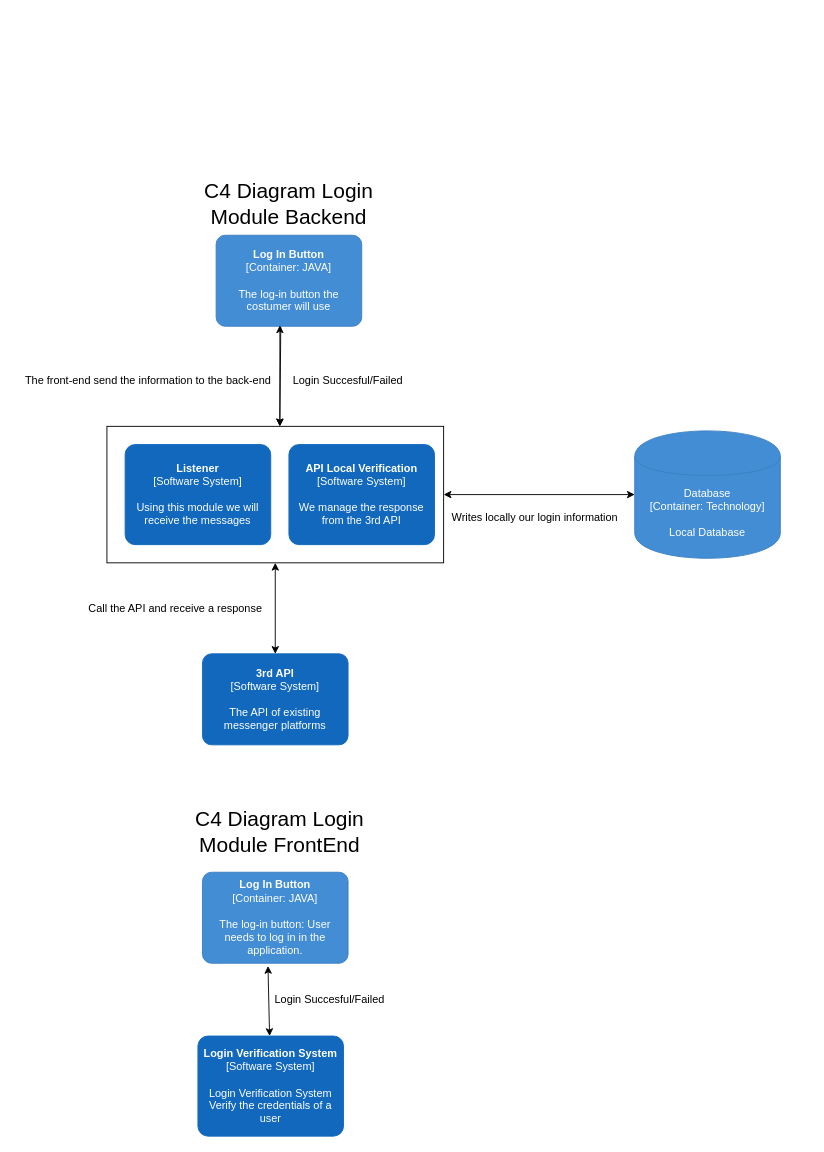
Earlier version of the draw.io diagram page "Login Module" (1 of 4) of Diagrama_Finala_IP.drawio (HristeaIonut/Morse-Diagrams). Source tidied: cells renumbered, new cells numbered last; positions are measured from the earlier drawing's top-left corner, leaving out a move shared by most shapes. Both pictures are drawn from the tidied source at 91%, with x=0, y=0 at pixel (15, 207).
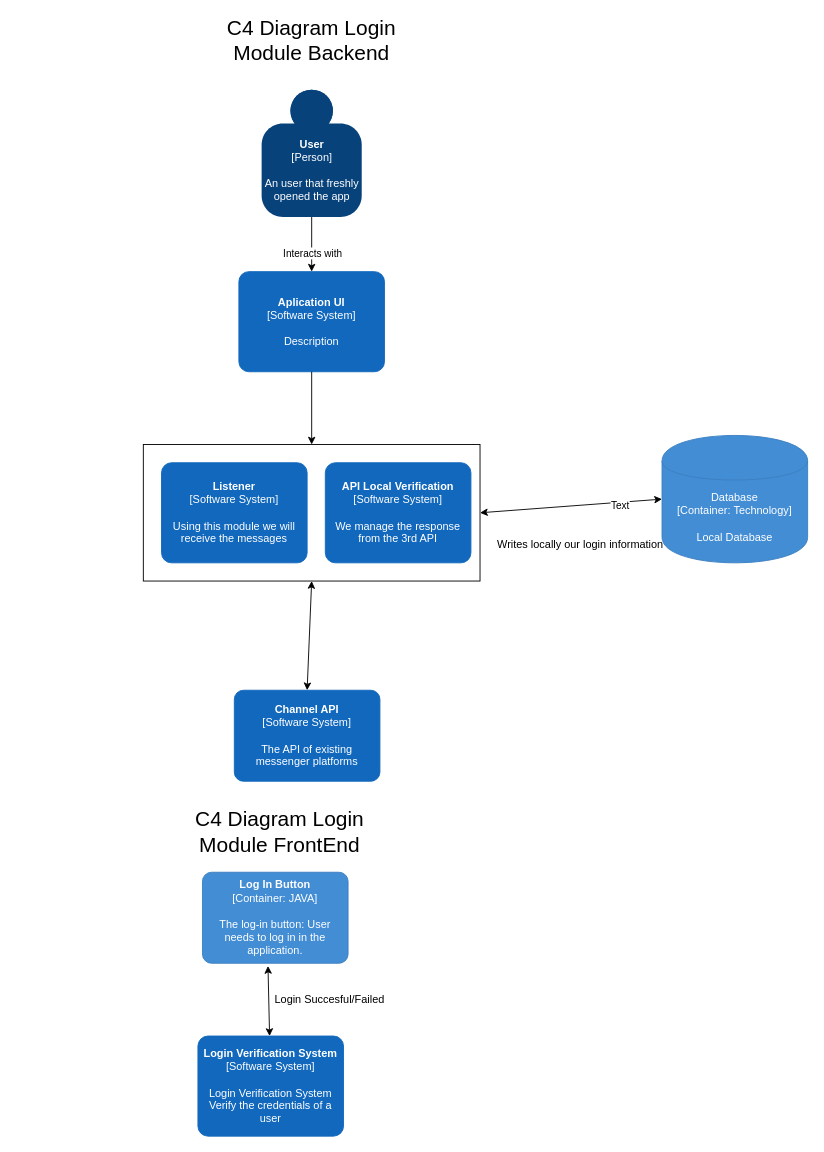
The same page after the edit.

The change refers to these unchanged cells:
```xml
<mxCell id="8" style="endArrow=classic;startArrow=classic;html=1;exitX=0;exitY=0.5;exitDx=0;exitDy=0;exitPerimeter=0;entryX=1;entryY=0.5;entryDx=0;entryDy=0;" parent="1" edge="1" source="5" target="12">
  <mxGeometry relative="1" as="geometry" />
</mxCell>
```

Diff of the diagram source:
```diff
@@
-    <object id="2" label="&lt;b&gt;%c4Name%&lt;/b&gt;&lt;div&gt;[%c4Type%: %c4Technology%]&lt;/div&gt;&lt;br&gt;&lt;div&gt;%c4Description%&lt;/div&gt;" c4Description="The log-in button the costumer will use" c4Name="Log In Button " c4Technology="JAVA" c4Type="Container" placeholders="1">
-      <mxCell style="rounded=1;whiteSpace=wrap;html=1;labelBackgroundColor=none;fillColor=#438DD5;fontColor=#ffffff;align=center;arcSize=10;strokeColor=#3C7FC0;metaData={&quot;c4Type&quot;:{&quot;editable&quot;:false}};points=[[0.25,0,0],[0.5,0,0],[0.75,0,0],[1,0.25,0],[1,0.5,0],[1,0.75,0],[0.75,1,0],[0.5,1,0],[0.25,1,0],[0,0.75,0],[0,0.5,0],[0,0.25,0]];" parent="1" vertex="1">
-        <mxGeometry x="220" y="30" width="160" height="100" as="geometry" />
-      </mxCell>
-    </object>
-    <mxCell id="3" style="endArrow=classic;html=1;exitX=0.444;exitY=1.01;exitDx=0;exitDy=0;exitPerimeter=0;entryX=0.5;entryY=0;entryDx=0;entryDy=0;entryPerimeter=0;" parent="1" edge="1" source="2">
-      <mxGeometry relative="1" as="geometry">
-        <mxPoint x="290" y="240" as="targetPoint" />
-      </mxGeometry>
-    </mxCell>
-    <mxCell id="4" value="The front-end send the information to the back-end" style="text;html=1;align=center;verticalAlign=middle;" parent="1" vertex="1">
-      <mxGeometry y="180" width="290" height="20" as="geometry" />
-    </mxCell>
     <object id="5" label="%c4Type%&lt;div&gt;[Container:&amp;nbsp;%c4Technology%]&lt;/div&gt;&lt;br&gt;&lt;div&gt;%c4Description%&lt;/div&gt;" c4Description="Local Database" c4Technology="Technology" c4Type="Database" placeholders="1">
       <mxCell style="shape=cylinder;whiteSpace=wrap;html=1;boundedLbl=1;rounded=0;labelBackgroundColor=none;fillColor=#438DD5;fontSize=12;fontColor=#ffffff;align=center;strokeColor=#3C7FC0;points=[[0.5,0,0],[1,0.25,0],[1,0.5,0],[1,0.75,0],[0.5,1,0],[0,0.75,0],[0,0.5,0],[0,0.25,0]];metaData={&quot;c4Type&quot;:{&quot;editable&quot;:false}};" parent="1" vertex="1">
-        <mxGeometry x="680" y="245" width="160" height="140" as="geometry" />
+        <mxGeometry x="710" y="250" width="160" height="140" as="geometry" />
       </mxCell>
     </object>
-    <object id="6" label="&lt;b&gt;%c4Name%&lt;/b&gt;&lt;div&gt;[%c4Type%]&lt;/div&gt;&lt;br&gt;&lt;div&gt;%c4Description%&lt;/div&gt;" c4Description="The API of existing messenger platforms" c4Name="3rd API" c4Type="Software System" placeholders="1">
+    <object id="6" label="&lt;b&gt;%c4Name%&lt;/b&gt;&lt;div&gt;[%c4Type%]&lt;/div&gt;&lt;br&gt;&lt;div&gt;%c4Description%&lt;/div&gt;" c4Description="The API of existing messenger platforms" c4Name="Channel API" c4Type="Software System" placeholders="1">
       <mxCell style="rounded=1;whiteSpace=wrap;html=1;labelBackgroundColor=none;fillColor=#1168BD;fontColor=#ffffff;align=center;arcSize=10;strokeColor=#1168BD;metaData={&quot;c4Type&quot;:{&quot;editable&quot;:false}};points=[[0.25,0,0],[0.5,0,0],[0.75,0,0],[1,0.25,0],[1,0.5,0],[1,0.75,0],[0.75,1,0],[0.5,1,0],[0.25,1,0],[0,0.75,0],[0,0.5,0],[0,0.25,0]];" parent="1" vertex="1">
-        <mxGeometry x="205" y="490" width="160" height="100" as="geometry" />
+        <mxGeometry x="240" y="530" width="160" height="100" as="geometry" />
       </mxCell>
     </object>
@@
-    <mxCell id="9" style="endArrow=classic;startArrow=classic;html=1;exitX=0.5;exitY=0;exitDx=0;exitDy=0;exitPerimeter=0;entryX=0.438;entryY=0.99;entryDx=0;entryDy=0;entryPerimeter=0;" parent="1" edge="1" target="2">
-      <mxGeometry relative="1" as="geometry">
-        <mxPoint x="290" y="240" as="sourcePoint" />
-      </mxGeometry>
-    </mxCell>
-    <mxCell id="10" value="Login Succesful/Failed" style="text;html=1;strokeColor=none;fillColor=none;align=center;verticalAlign=middle;whiteSpace=wrap;rounded=0;" parent="1" vertex="1">
-      <mxGeometry x="300" y="180" width="130" height="20" as="geometry" />
-    </mxCell>
+    <mxCell id="23" value="Text" style="edgeLabel;html=1;align=center;verticalAlign=middle;" parent="8" vertex="1">
+      <mxGeometry x="-0.53" y="3" relative="1" as="geometry" />
+    </mxCell>
     <mxCell id="11" value="Writes locally our login information" style="text;html=1;align=center;verticalAlign=middle;" parent="1" vertex="1">
-      <mxGeometry x="470" y="330" width="200" height="20" as="geometry" />
+      <mxGeometry x="520" y="360" width="200" height="20" as="geometry" />
     </mxCell>
     <mxCell id="12" style="rounded=0;whiteSpace=wrap;html=1;" parent="1" vertex="1">
-      <mxGeometry x="100" y="240" width="370" height="150" as="geometry" />
+      <mxGeometry x="140" y="260" width="370" height="150" as="geometry" />
     </mxCell>
-    <mxCell id="13" value="Call the API and receive a response" style="text;html=1;align=center;verticalAlign=middle;" parent="1" vertex="1">
-      <mxGeometry x="70" y="430" width="210" height="20" as="geometry" />
-    </mxCell>
@@
     <object id="15" label="&lt;b&gt;%c4Name%&lt;/b&gt;&lt;div&gt;[%c4Type%]&lt;/div&gt;&lt;br&gt;&lt;div&gt;%c4Description%&lt;/div&gt;" c4Description="Using this module we will receive the messages" c4Name="Listener" c4Type="Software System" placeholders="1">
       <mxCell style="rounded=1;whiteSpace=wrap;html=1;labelBackgroundColor=none;fillColor=#1168BD;fontColor=#ffffff;align=center;arcSize=10;strokeColor=#1168BD;metaData={&quot;c4Type&quot;:{&quot;editable&quot;:false}};" parent="1" vertex="1">
-        <mxGeometry x="120" y="260" width="160" height="110" as="geometry" />
+        <mxGeometry x="160" y="280" width="160" height="110" as="geometry" />
       </mxCell>
     </object>
     <object id="16" label="&lt;b&gt;%c4Name%&lt;/b&gt;&lt;div&gt;[%c4Type%]&lt;/div&gt;&lt;br&gt;&lt;div&gt;%c4Description%&lt;/div&gt;" c4Description="We manage the response from the 3rd API" c4Name="API Local Verification" c4Type="Software System" placeholders="1">
       <mxCell style="rounded=1;whiteSpace=wrap;html=1;labelBackgroundColor=none;fillColor=#1168BD;fontColor=#ffffff;align=center;arcSize=10;strokeColor=#1168BD;metaData={&quot;c4Type&quot;:{&quot;editable&quot;:false}};" parent="1" vertex="1">
-        <mxGeometry x="300" y="260" width="160" height="110" as="geometry" />
+        <mxGeometry x="340" y="280" width="160" height="110" as="geometry" />
       </mxCell>
     </object>
     <mxCell id="17" value="&lt;font style=&quot;font-size: 23px&quot;&gt;C4 Diagram Login Module Backend&lt;br&gt;&lt;br&gt;&lt;/font&gt;" style="text;html=1;strokeColor=none;fillColor=none;align=center;verticalAlign=middle;whiteSpace=wrap;rounded=0;" parent="1" vertex="1">
-      <mxGeometry x="180" width="240" height="20" as="geometry" />
+      <mxGeometry x="205" y="-180" width="240" height="20" as="geometry" />
     </mxCell>
@@
+    <object id="24" label="&lt;b&gt;%c4Name%&lt;/b&gt;&lt;div&gt;[%c4Type%]&lt;/div&gt;&lt;br&gt;&lt;div&gt;%c4Description%&lt;/div&gt;" c4Description="An user that freshly&#10; opened the app" c4Name="User" c4Type="Person" placeholders="1">
+      <mxCell style="html=1;dashed=0;whitespace=wrap;fillColor=#08427b;strokeColor=none;fontColor=#ffffff;shape=mxgraph.c4.person;align=center;points=[[0.5,0,0],[1,0.5,0],[1,0.75,0],[0.75,1,0],[0.5,1,0],[0.25,1,0],[0,0.75,0],[0,0.5,0]];metaData={&quot;c4Type&quot;:{&quot;editable&quot;:false}};" parent="1" vertex="1">
+        <mxGeometry x="270" y="-130" width="110" height="140" as="geometry" />
+      </mxCell>
+    </object>
+    <object id="25" label="&lt;b&gt;%c4Name%&lt;/b&gt;&lt;div&gt;[%c4Type%]&lt;/div&gt;&lt;br&gt;&lt;div&gt;%c4Description%&lt;/div&gt;" c4Description="Description" c4Name="Aplication UI" c4Type="Software System" placeholders="1">
+      <mxCell style="rounded=1;whiteSpace=wrap;html=1;labelBackgroundColor=none;fillColor=#1168BD;fontColor=#ffffff;align=center;arcSize=10;strokeColor=#1168BD;metaData={&quot;c4Type&quot;:{&quot;editable&quot;:false}};points=[[0.25,0,0],[0.5,0,0],[0.75,0,0],[1,0.25,0],[1,0.5,0],[1,0.75,0],[0.75,1,0],[0.5,1,0],[0.25,1,0],[0,0.75,0],[0,0.5,0],[0,0.25,0]];" parent="1" vertex="1">
+        <mxGeometry x="245" y="70" width="160" height="110" as="geometry" />
+      </mxCell>
+    </object>
+    <mxCell id="26" style="endArrow=classic;html=1;entryX=0.5;entryY=0;entryDx=0;entryDy=0;entryPerimeter=0;exitX=0.5;exitY=1;exitDx=0;exitDy=0;exitPerimeter=0;" parent="1" edge="1" source="24" target="25">
+      <mxGeometry relative="1" as="geometry" />
+    </mxCell>
+    <mxCell id="27" value="Interacts with" style="edgeLabel;html=1;align=center;verticalAlign=middle;" parent="26" vertex="1">
+      <mxGeometry x="0.34" relative="1" as="geometry">
+        <mxPoint y="-1" as="offset" />
+      </mxGeometry>
+    </mxCell>
+    <mxCell id="28" style="endArrow=classic;html=1;exitX=0.5;exitY=1;exitDx=0;exitDy=0;exitPerimeter=0;entryX=0.5;entryY=0;entryDx=0;entryDy=0;" parent="1" edge="1" source="25" target="12">
+      <mxGeometry relative="1" as="geometry" />
+    </mxCell>
```
